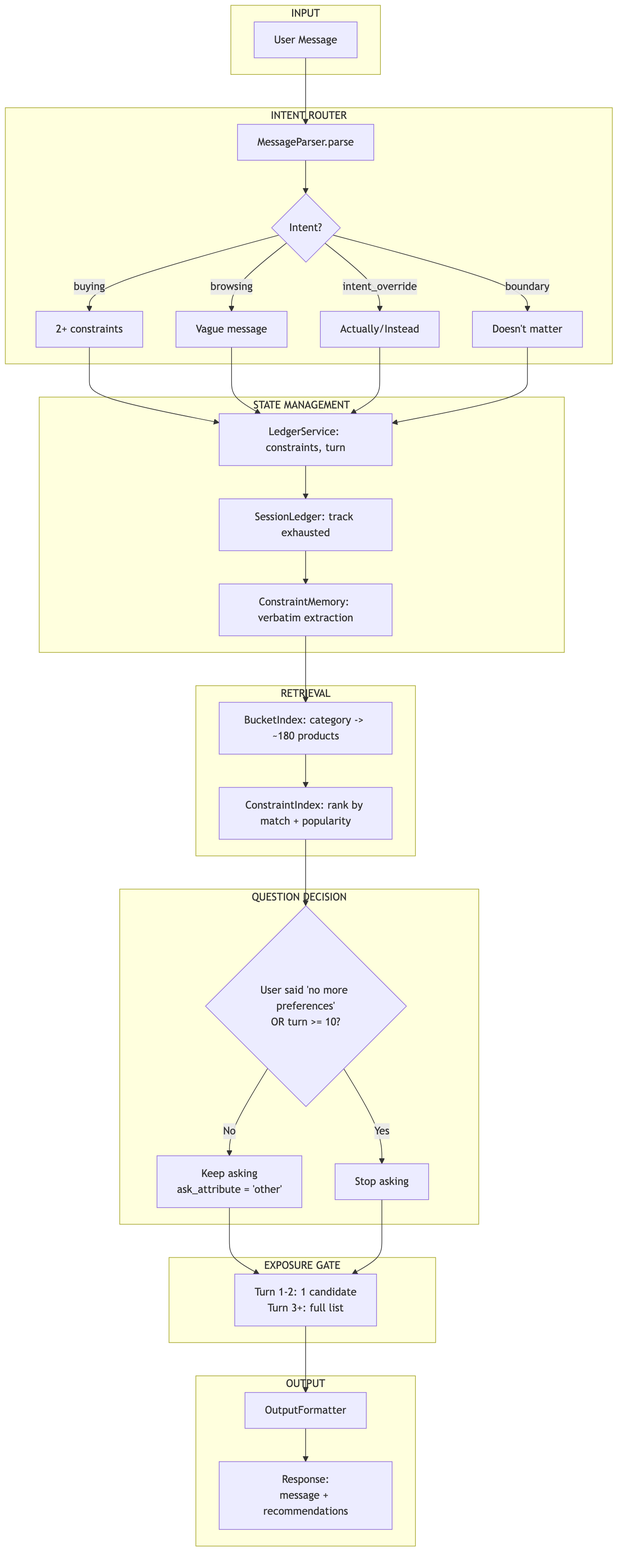
Earlier version of the Mermaid export docs/diagrams/main_flow.png (johngao122/techjam-conversational-search). Its source is kept beside it as docs/diagrams/main_flow.mmd.
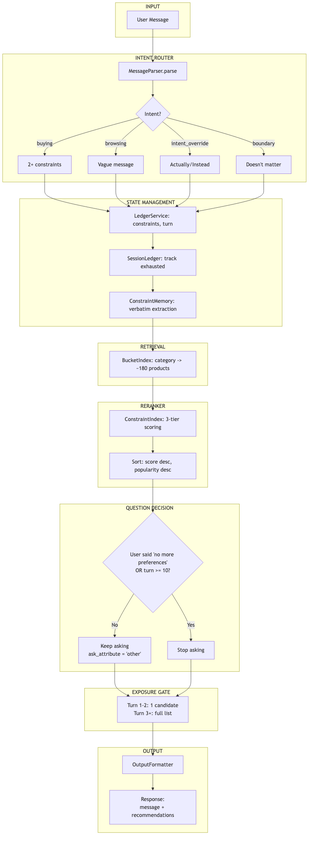
Above is the later version.

What changed in the source:
```diff
@@ -20,8 +20,12 @@
 
     subgraph RETRIEVAL["RETRIEVAL"]
         BI[BucketIndex: category -> ~180 products]
-        CI[ConstraintIndex: rank by match + popularity]
-        BI --> CI
+    end
+
+    subgraph RERANKER["RERANKER"]
+        CI[ConstraintIndex: 3-tier scoring]
+        CI2[Sort: score desc, popularity desc]
+        CI --> CI2
     end
 
     subgraph QUESTION["QUESTION DECISION"]
@@ -45,7 +49,8 @@
     LS --> SL
     SL --> CM
     CM --> BI
-    CI --> QD
+    BI --> CI
+    CI2 --> QD
     ASK --> EG
     STOP --> EG
     EG --> OF
```
